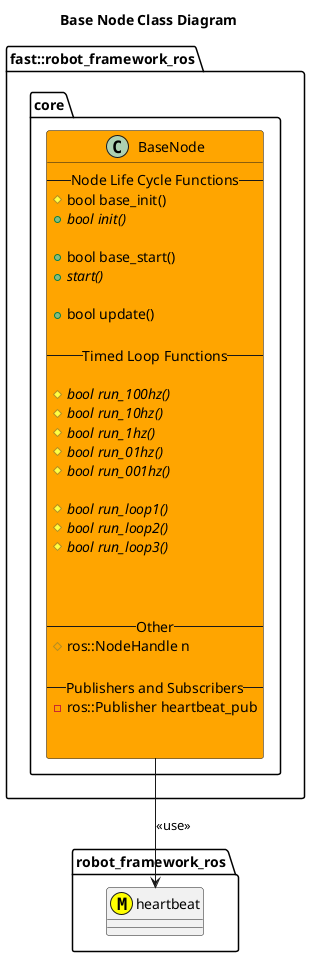
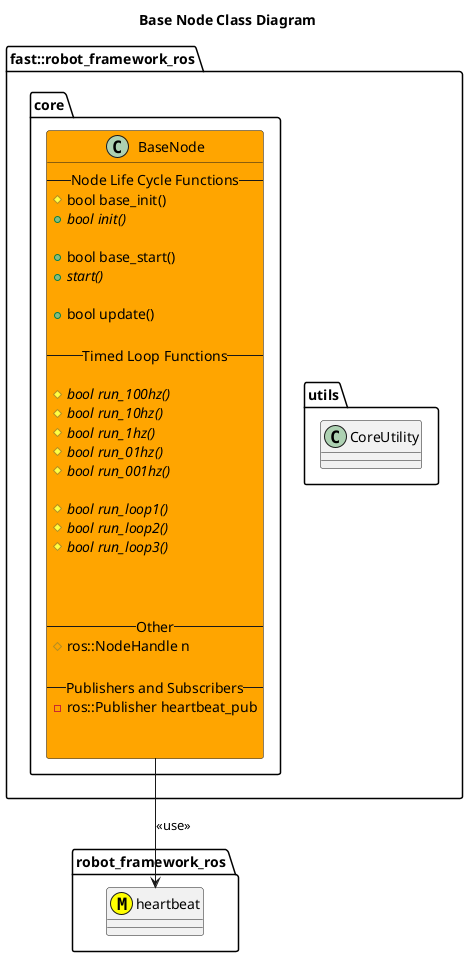
@startuml
title Base Node Class Diagram
namespace robot_framework_ros {
    class heartbeat <<(M,#FFFF00)>>
}
namespace fast::robot_framework_ros {
+     namespace utils {
+         class CoreUtility
+     }
    namespace core {
        class BaseNode #Orange{
            --Node Life Cycle Functions--
            #bool base_init()
            +{abstract} bool init()

            +bool base_start()
            +{abstract} start()

            +bool update()

            --Timed Loop Functions--

            #{abstract} bool run_100hz()
            #{abstract} bool run_10hz()
            #{abstract} bool run_1hz()
            #{abstract} bool run_01hz()
            #{abstract} bool run_001hz()

            #{abstract} bool run_loop1()
            #{abstract} bool run_loop2()
            #{abstract} bool run_loop3()



            --Other--
            #ros::NodeHandle n

            --Publishers and Subscribers--
            -ros::Publisher heartbeat_pub


        }
        BaseNode --> heartbeat: <<use>>

    }
}
@enduml